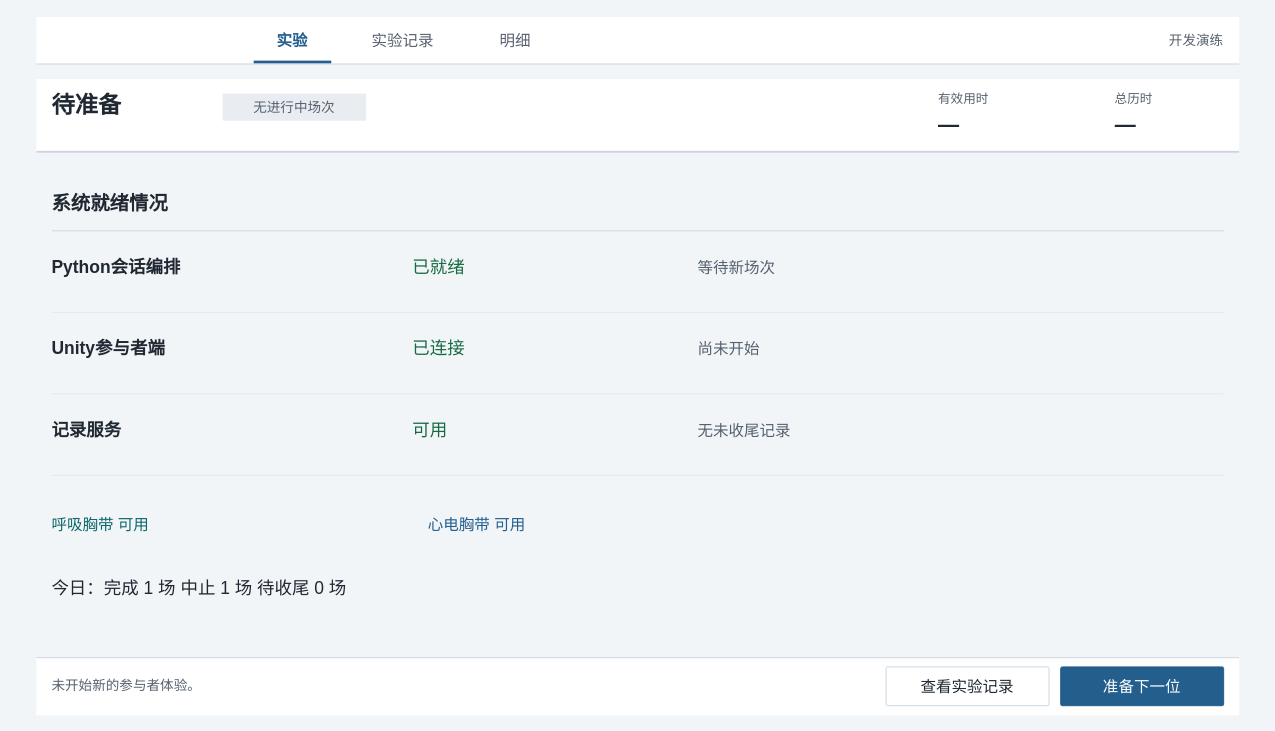
This is page "01 主页" (1 of 12) of human/deliverables/t01-workbench-design-20261012/t01-workbench-redesign-final.drawio from JunyeFu/Emotional-Healing-System, a draw.io file, before an edit. Source tidied: cells renumbered, new cells numbered last; positions are measured from the earlier drawing's top-left corner, leaving out a move shared by most shapes. Both pictures are drawn from the tidied source at 97%, with x=0, y=0 at pixel (16, 16).
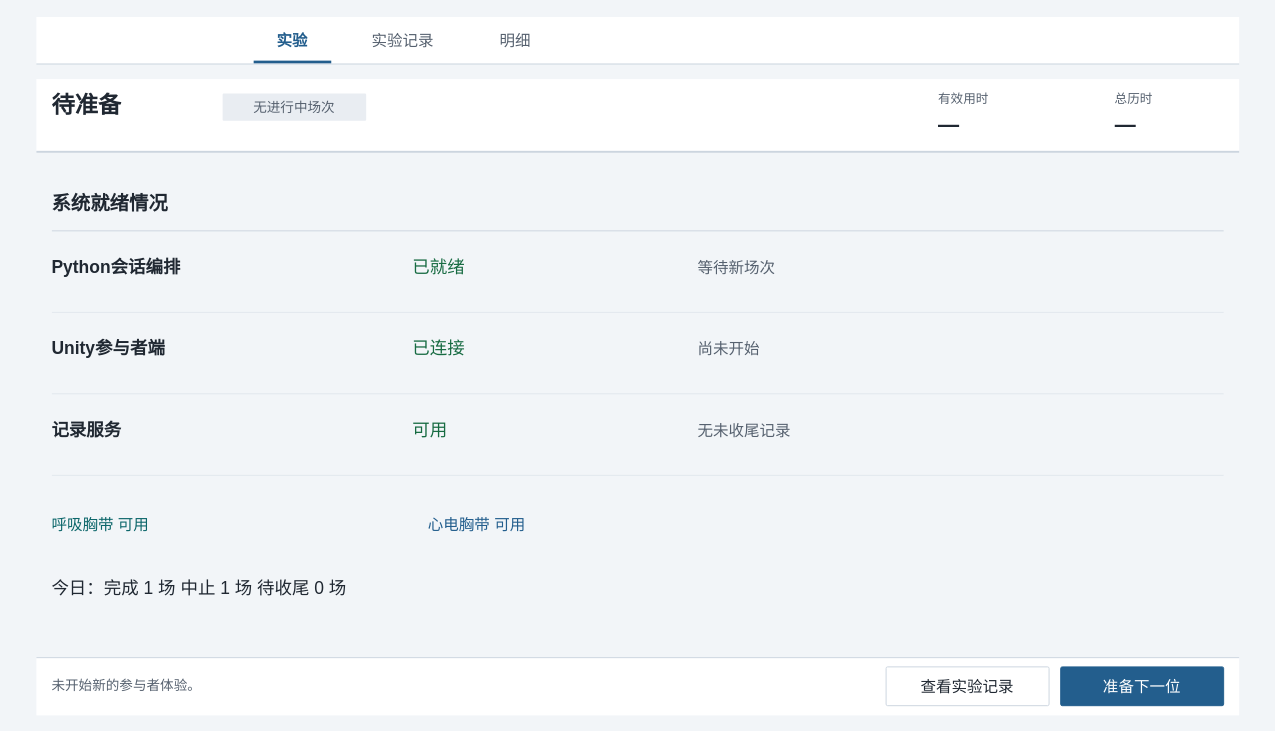
The same page after the edit.

Diff of the diagram source:
```diff
@@
-    <mxCell id="8" value="开发演练" style="text;html=0;strokeColor=none;fillColor=none;whiteSpace=wrap;overflow=hidden;fontFamily=Microsoft YaHei;fontSize=14;fontColor=#56616F;fontStyle=0;align=right;verticalAlign=middle;spacing=0;" parent="1" vertex="1">
-      <mxGeometry x="1084" y="10" width="160" height="28" as="geometry" />
-    </mxCell>
```
